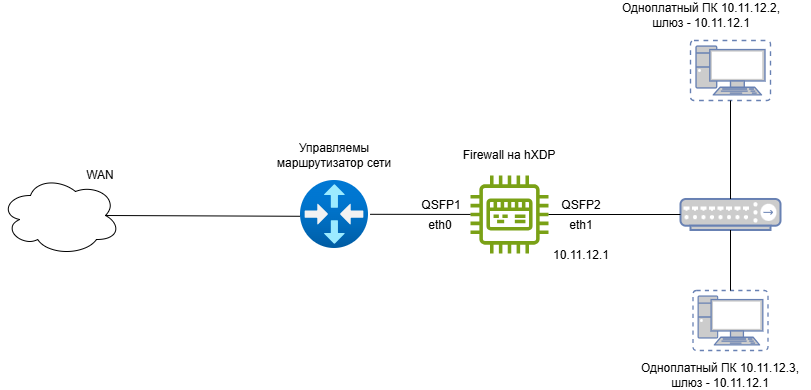
Wissance/FpgaNetHXDP keeps this draw.io diagram as docs/software_core_testing_scheme.png. Above is the earlier version. Source tidied: cells renumbered, new cells last; positions are measured from the earlier drawing's top-left corner, leaving out a move shared by most shapes. Source of this version:
```xml
<mxGraphModel>
  <root>
    <mxCell id="0" />
    <mxCell id="1" parent="0" />
    <mxCell id="2" style="image;html=1;points=[];align=center;fontSize=12;image=img/lib/azure2/networking/Virtual_Router.svg;" parent="1" vertex="1">
      <mxGeometry x="300" y="180" width="68" height="68" as="geometry" />
    </mxCell>
    <mxCell id="3" value="Управляемы маршрутизатор сети" style="text;html=1;align=center;verticalAlign=middle;whiteSpace=wrap;rounded=0;" parent="1" vertex="1">
      <mxGeometry x="264" y="140" width="140" height="30" as="geometry" />
    </mxCell>
    <mxCell id="4" style="sketch=0;outlineConnect=0;fontColor=#232F3E;gradientColor=none;fillColor=#7AA116;strokeColor=none;dashed=0;verticalLabelPosition=bottom;verticalAlign=top;align=center;html=1;fontSize=12;fontStyle=0;shape=mxgraph.aws4.iot_thing_industrial_pc;" parent="1" vertex="1">
      <mxGeometry x="470" y="175" width="78" height="78" as="geometry" />
    </mxCell>
    <mxCell id="5" style="endArrow=none;html=1;rounded=0;exitX=1.024;exitY=0.497;exitDx=0;exitDy=0;exitPerimeter=0;" parent="1" edge="1" source="2" target="4">
      <mxGeometry relative="1" as="geometry" />
    </mxCell>
    <mxCell id="6" value="Firewall на hXDP" style="text;html=1;align=center;verticalAlign=middle;whiteSpace=wrap;rounded=0;" parent="1" vertex="1">
      <mxGeometry x="454" y="140" width="110" height="30" as="geometry" />
    </mxCell>
    <mxCell id="7" style="fontColor=#0066CC;verticalAlign=top;verticalLabelPosition=bottom;labelPosition=center;align=center;html=1;outlineConnect=0;fillColor=#CCCCCC;strokeColor=#6881B3;gradientColor=none;gradientDirection=north;strokeWidth=2;shape=mxgraph.networks.virtual_pc;" parent="1" vertex="1">
      <mxGeometry x="690" y="40" width="80" height="60" as="geometry" />
    </mxCell>
    <mxCell id="8" style="fontColor=#0066CC;verticalAlign=top;verticalLabelPosition=bottom;labelPosition=center;align=center;html=1;outlineConnect=0;fillColor=#CCCCCC;strokeColor=#6881B3;gradientColor=none;gradientDirection=north;strokeWidth=2;shape=mxgraph.networks.virtual_pc;" parent="1" vertex="1">
      <mxGeometry x="692.5" y="290" width="75" height="60" as="geometry" />
    </mxCell>
    <mxCell id="9" style="fontColor=#0066CC;verticalAlign=top;verticalLabelPosition=bottom;labelPosition=center;align=center;html=1;outlineConnect=0;fillColor=#CCCCCC;strokeColor=#6881B3;gradientColor=none;gradientDirection=north;strokeWidth=2;shape=mxgraph.networks.hub;" parent="1" vertex="1">
      <mxGeometry x="680" y="198.5" width="100" height="31" as="geometry" />
    </mxCell>
    <mxCell id="10" style="endArrow=none;html=1;rounded=0;entryX=0;entryY=0.5;entryDx=0;entryDy=0;entryPerimeter=0;" parent="1" edge="1" source="4" target="9">
      <mxGeometry relative="1" as="geometry" />
    </mxCell>
    <mxCell id="11" style="endArrow=none;html=1;rounded=0;entryX=0.5;entryY=1;entryDx=0;entryDy=0;entryPerimeter=0;exitX=0.5;exitY=0;exitDx=0;exitDy=0;exitPerimeter=0;" parent="1" edge="1" source="9" target="7">
      <mxGeometry relative="1" as="geometry" />
    </mxCell>
    <mxCell id="12" style="endArrow=none;html=1;rounded=0;entryX=0.5;entryY=1;entryDx=0;entryDy=0;entryPerimeter=0;exitX=0.5;exitY=0;exitDx=0;exitDy=0;exitPerimeter=0;" parent="1" edge="1" source="8" target="9">
      <mxGeometry relative="1" as="geometry" />
    </mxCell>
    <mxCell id="13" value="QSFP1" style="text;html=1;align=center;verticalAlign=middle;whiteSpace=wrap;rounded=0;" parent="1" vertex="1">
      <mxGeometry x="420" y="190" width="42" height="30" as="geometry" />
    </mxCell>
    <mxCell id="14" value="QSFP2" style="text;html=1;align=center;verticalAlign=middle;whiteSpace=wrap;rounded=0;" parent="1" vertex="1">
      <mxGeometry x="560" y="190" width="42" height="30" as="geometry" />
    </mxCell>
    <mxCell id="15" value="eth0" style="text;html=1;align=center;verticalAlign=middle;whiteSpace=wrap;rounded=0;" parent="1" vertex="1">
      <mxGeometry x="420" y="210" width="40" height="30" as="geometry" />
    </mxCell>
    <mxCell id="16" value="eth1" style="text;html=1;align=center;verticalAlign=middle;whiteSpace=wrap;rounded=0;" parent="1" vertex="1">
      <mxGeometry x="561" y="210" width="40" height="30" as="geometry" />
    </mxCell>
    <mxCell id="17" value="10.11.12.1" style="text;html=1;align=center;verticalAlign=middle;whiteSpace=wrap;rounded=0;" parent="1" vertex="1">
      <mxGeometry x="551" y="240" width="60" height="30" as="geometry" />
    </mxCell>
    <mxCell id="18" value="Одноплатный ПК 10.11.12.3, шлюз - 10.11.12.1" style="text;html=1;align=center;verticalAlign=middle;whiteSpace=wrap;rounded=0;" parent="1" vertex="1">
      <mxGeometry x="630" y="360" width="180" height="30" as="geometry" />
    </mxCell>
    <mxCell id="19" value="Одноплатный ПК 10.11.12.2, шлюз - 10.11.12.1" style="text;html=1;align=center;verticalAlign=middle;whiteSpace=wrap;rounded=0;" parent="1" vertex="1">
      <mxGeometry x="611" width="180" height="30" as="geometry" />
    </mxCell>
    <mxCell id="20" style="ellipse;shape=cloud;whiteSpace=wrap;html=1;" parent="1" vertex="1">
      <mxGeometry y="175" width="120" height="80" as="geometry" />
    </mxCell>
    <mxCell id="21" value="WAN" style="text;html=1;align=center;verticalAlign=middle;whiteSpace=wrap;rounded=0;" parent="1" vertex="1">
      <mxGeometry x="80" y="160" width="40" height="30" as="geometry" />
    </mxCell>
    <mxCell id="22" style="endArrow=none;html=1;rounded=0;entryX=-0.006;entryY=0.526;entryDx=0;entryDy=0;entryPerimeter=0;exitX=0.875;exitY=0.5;exitDx=0;exitDy=0;exitPerimeter=0;" parent="1" edge="1" source="20" target="2">
      <mxGeometry relative="1" as="geometry" />
    </mxCell>
  </root>
</mxGraphModel>
```
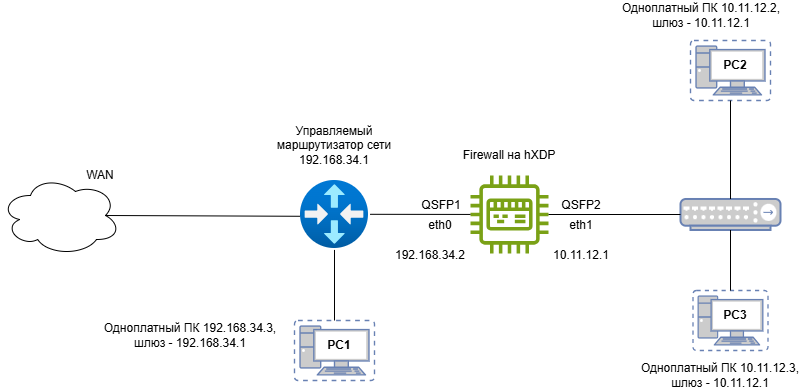
The same diagram one commit later.

Commit message:
added testing methods

Diff of the diagram source:
```diff
@@ -5,8 +5,8 @@
     <mxCell id="2" style="image;html=1;points=[];align=center;fontSize=12;image=img/lib/azure2/networking/Virtual_Router.svg;" parent="1" vertex="1">
       <mxGeometry x="300" y="180" width="68" height="68" as="geometry" />
     </mxCell>
-    <mxCell id="3" value="Управляемы маршрутизатор сети" style="text;html=1;align=center;verticalAlign=middle;whiteSpace=wrap;rounded=0;" parent="1" vertex="1">
-      <mxGeometry x="264" y="140" width="140" height="30" as="geometry" />
+    <mxCell id="3" value="Управляемый маршрутизатор сети&lt;div&gt;192.168.34.1&lt;/div&gt;" style="text;html=1;align=center;verticalAlign=middle;whiteSpace=wrap;rounded=0;" parent="1" vertex="1">
+      <mxGeometry x="264" y="120" width="140" height="50" as="geometry" />
     </mxCell>
     <mxCell id="4" style="sketch=0;outlineConnect=0;fontColor=#232F3E;gradientColor=none;fillColor=#7AA116;strokeColor=none;dashed=0;verticalLabelPosition=bottom;verticalAlign=top;align=center;html=1;fontSize=12;fontStyle=0;shape=mxgraph.aws4.iot_thing_industrial_pc;" parent="1" vertex="1">
       <mxGeometry x="470" y="175" width="78" height="78" as="geometry" />
@@ -65,5 +65,26 @@
     <mxCell id="22" style="endArrow=none;html=1;rounded=0;entryX=-0.006;entryY=0.526;entryDx=0;entryDy=0;entryPerimeter=0;exitX=0.875;exitY=0.5;exitDx=0;exitDy=0;exitPerimeter=0;" parent="1" edge="1" source="20" target="2">
       <mxGeometry relative="1" as="geometry" />
     </mxCell>
+    <mxCell id="23" value="192.168.34.2" style="text;html=1;align=center;verticalAlign=middle;whiteSpace=wrap;rounded=0;" parent="1" vertex="1">
+      <mxGeometry x="390" y="240" width="80" height="30" as="geometry" />
+    </mxCell>
+    <mxCell id="24" style="fontColor=#0066CC;verticalAlign=top;verticalLabelPosition=bottom;labelPosition=center;align=center;html=1;outlineConnect=0;fillColor=#CCCCCC;strokeColor=#6881B3;gradientColor=none;gradientDirection=north;strokeWidth=2;shape=mxgraph.networks.virtual_pc;" parent="1" vertex="1">
+      <mxGeometry x="294" y="320" width="80" height="60" as="geometry" />
+    </mxCell>
+    <mxCell id="25" value="Одноплатный ПК 192.168.34.3, шлюз - 192.168.34.1" style="text;html=1;align=center;verticalAlign=middle;whiteSpace=wrap;rounded=0;" parent="1" vertex="1">
+      <mxGeometry x="100" y="320" width="180" height="30" as="geometry" />
+    </mxCell>
+    <mxCell id="26" style="endArrow=none;html=1;rounded=0;entryX=0.5;entryY=1.021;entryDx=0;entryDy=0;entryPerimeter=0;exitX=0.5;exitY=0;exitDx=0;exitDy=0;exitPerimeter=0;" parent="1" edge="1" source="24" target="2">
+      <mxGeometry relative="1" as="geometry" />
+    </mxCell>
+    <mxCell id="27" value="&lt;b&gt;PC1&lt;/b&gt;" style="text;html=1;align=center;verticalAlign=middle;whiteSpace=wrap;rounded=0;" parent="1" vertex="1">
+      <mxGeometry x="324" y="330" width="30" height="30" as="geometry" />
+    </mxCell>
+    <mxCell id="28" value="&lt;b&gt;PC2&lt;/b&gt;" style="text;html=1;align=center;verticalAlign=middle;whiteSpace=wrap;rounded=0;" parent="1" vertex="1">
+      <mxGeometry x="720" y="50" width="30" height="30" as="geometry" />
+    </mxCell>
+    <mxCell id="29" value="&lt;b&gt;PC3&lt;/b&gt;" style="text;html=1;align=center;verticalAlign=middle;whiteSpace=wrap;rounded=0;" parent="1" vertex="1">
+      <mxGeometry x="720" y="300" width="30" height="30" as="geometry" />
+    </mxCell>
   </root>
 </mxGraphModel>
```
